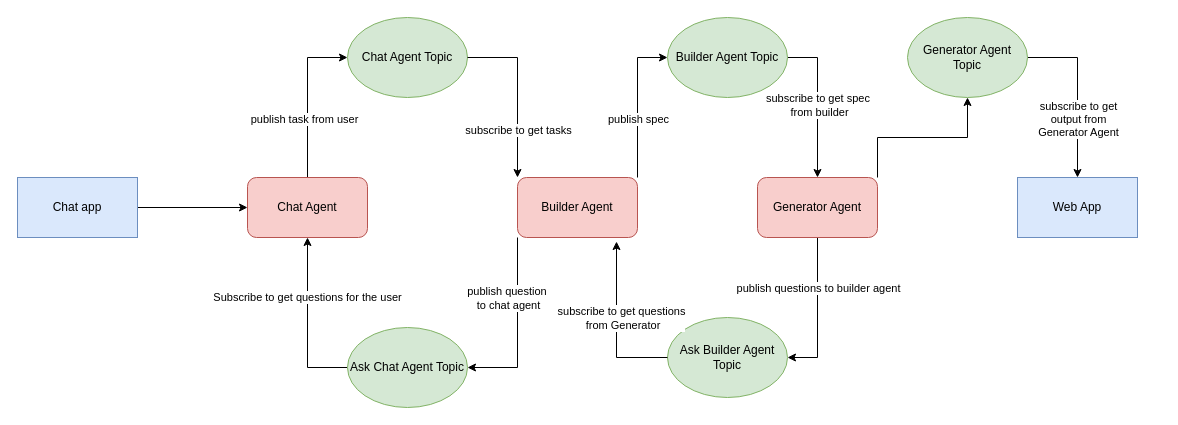
This is images/Communication_flow.drawio from mhbrk/disc-site, a draw.io file, before an edit. Source tidied: cells renumbered, new cells numbered last; positions are measured from the earlier drawing's top-left corner, leaving out a move shared by most shapes. Both pictures are drawn from the tidied source at 100%, with x=0, y=0 at pixel (17, 17).
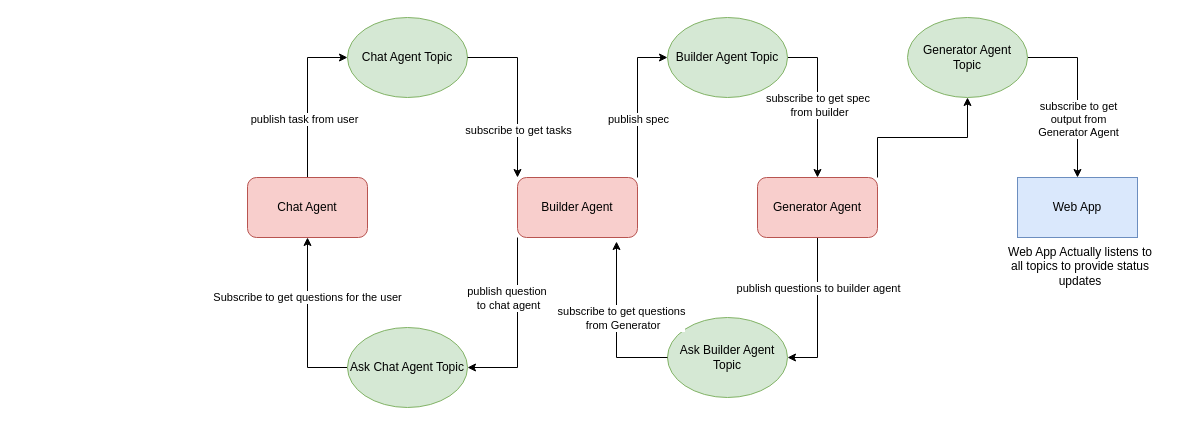
After the change.

The change refers to these unchanged cells:
```xml
<mxCell id="4" value="Chat Agent" style="rounded=1;whiteSpace=wrap;html=1;fillColor=#f8cecc;strokeColor=#b85450;" parent="1" vertex="1">
  <mxGeometry x="230" y="160" width="120" height="60" as="geometry" />
</mxCell>
```

The edit, as a diff of the source:
```diff
@@
-    <mxCell id="30" style="edgeStyle=orthogonalEdgeStyle;rounded=0;jettySize=auto;html=1;entryX=0;entryY=0.5;entryDx=0;entryDy=0;" parent="1" edge="1" source="31" target="4">
-      <mxGeometry relative="1" as="geometry" />
-    </mxCell>
-    <mxCell id="31" value="Chat app" style="rounded=0;whiteSpace=wrap;html=1;fillColor=#dae8fc;strokeColor=#6c8ebf;" parent="1" vertex="1">
-      <mxGeometry y="160" width="120" height="60" as="geometry" />
-    </mxCell>
+    <mxCell id="32" value="Web App Actually listens to all topics to provide status updates" style="text;html=1;align=center;verticalAlign=middle;whiteSpace=wrap;rounded=0;" parent="1" vertex="1">
+      <mxGeometry x="983" y="234" width="160" height="30" as="geometry" />
+    </mxCell>
```
